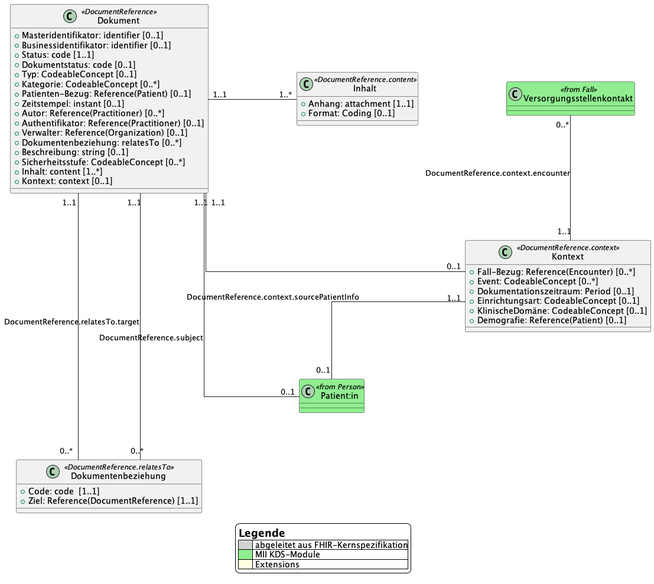
imi-ms/eyematics-kds keeps this PlantUML diagram as input/plantuml/Dokument.png. Above is the earlier version. Source of this version:
```plantuml
@startuml
skinparam Linetype ortho
skinparam Nodesep 150
skinparam Ranksep 80
skinparam legendBackgroundColor #white

class Dokument <<DocumentReference>> {
    + Masteridentifikator: identifier [0..1]
    + Businessidentifikator: identifier [0..1]
    + Status: code [1..1]
    + Dokumentstatus: code [0..1]
    + Typ: CodeableConcept [0..1]
    + Kategorie: CodeableConcept [0..*]
    + {field} Patienten-Bezug: Reference(Patient) [0..1]
    + Zeitstempel: instant [0..1]
    + {field} Autor: Reference(Practitioner) [0..*]
    + {field} Authentifikator: Reference(Practitioner) [0..1]
    + {field} Verwalter: Reference(Organization) [0..1]
    + Dokumentenbeziehung: relatesTo [0..*]
    + Beschreibung: string [0..1]
    + Sicherheitsstufe: CodeableConcept [0..*]
    + Inhalt: content [1..*]
    + Kontext: context [0..1]
}

class Dokumentenbeziehung <<DocumentReference.relatesTo>> {
    + Code: code  [1..1]
    + {field} Ziel: Reference(DocumentReference) [1..1]
}

class Inhalt <<DocumentReference.content>> {
    + Anhang: attachment [1..1]
    + Format: Coding [0..1]
}

class Kontext <<DocumentReference.context>> {
    + {field} Fall-Bezug: Reference(Encounter) [0..*]
    + Event: CodeableConcept [0..*]
    + Dokumentationszeitraum: Period [0..1]
    + Einrichtungsart: CodeableConcept [0..1]
    + KlinischeDomäne: CodeableConcept [0..1]
    + {field} Demografie: Reference(Patient) [0..1]
}

class "Patient:in" <<from Person>> #Lightgreen {
}

class Versorgungsstellenkontakt <<from Fall>> #Lightgreen {
}


legend
    = Legende
    |<#lightgray>      | abgeleitet aus FHIR-Kernspezifikation|
    |<#lightgreen>     | MII KDS-Module|
    |<#lightyellow>    | Extensions|
endlegend

Dokument "1..1" -- "0..*" Dokumentenbeziehung
Dokument "1..1" -r- "1..*" Inhalt
Dokument "1..1" -- "0..1" Kontext
Dokument "1..1" -- "0..1" "Patient:in": DocumentReference.subject
Dokument "1..1" -- "0..*" Dokumentenbeziehung: DocumentReference.relatesTo.target



Kontext "1..1" -u- " 0..*" Versorgungsstellenkontakt: DocumentReference.context.encounter
Kontext "1..1" -- "0..1" "Patient:in": DocumentReference.context.sourcePatientInfo

Dokumentenbeziehung -[hidden]up- "Patient:in"

@enduml
```
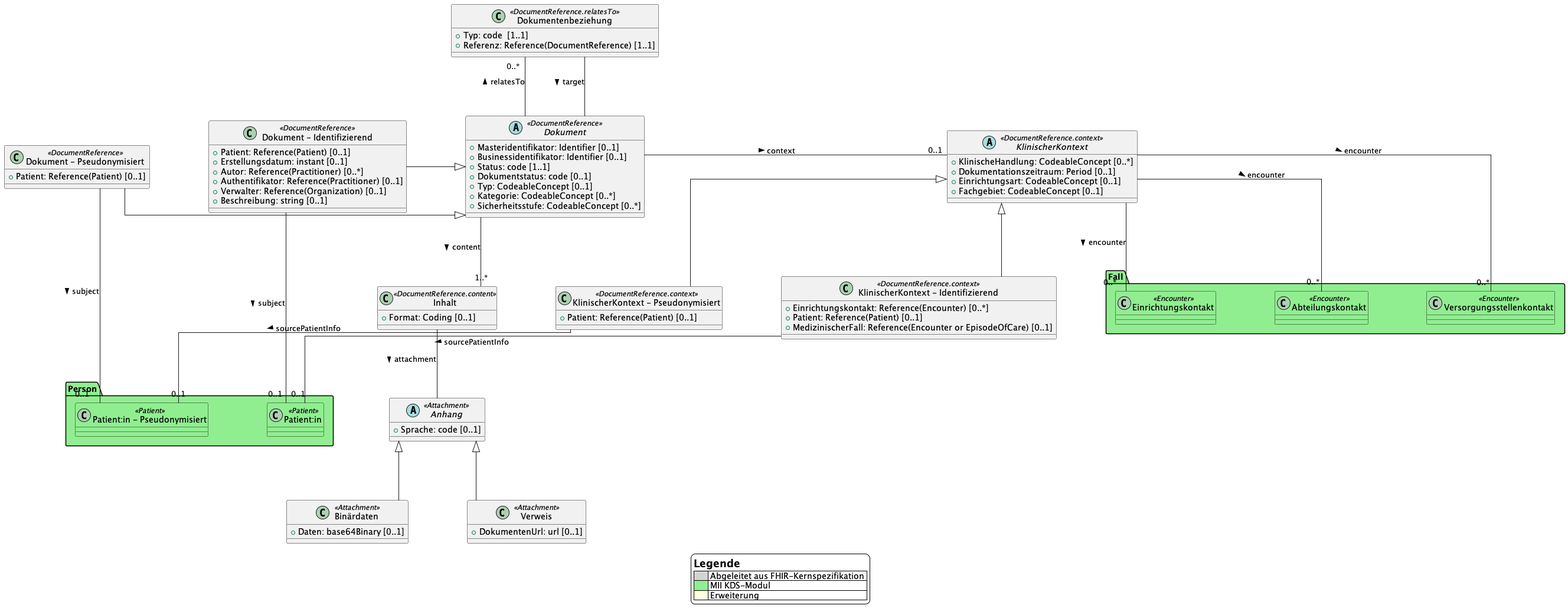
After the change.

Commit message:
Updates UML model and FHIR logical model to latest agreements

The edit, as a diff of the source:
```diff
@@ -1,72 +1,108 @@
 @startuml
+
 skinparam Linetype ortho
-skinparam Nodesep 150
-skinparam Ranksep 80
+skinparam Nodesep 100
+skinparam Ranksep 100
 skinparam legendBackgroundColor #white
 
-class Dokument <<DocumentReference>> {
-    + Masteridentifikator: identifier [0..1]
-    + Businessidentifikator: identifier [0..1]
-    + Status: code [1..1]
-    + Dokumentstatus: code [0..1]
-    + Typ: CodeableConcept [0..1]
-    + Kategorie: CodeableConcept [0..*]
-    + {field} Patienten-Bezug: Reference(Patient) [0..1]
-    + Zeitstempel: instant [0..1]
+legend
+    = Legende
+    |<#lightgray>      | Abgeleitet aus FHIR-Kernspezifikation |
+    |<#lightgreen>     | MII KDS-Modul |
+    |<#lightyellow>    | Erweiterung |
+endlegend
+
+
+abstract class Dokument <<DocumentReference>> {
+    + {field} Masteridentifikator: Identifier [0..1]
+    + {field} Businessidentifikator: Identifier [0..1]
+    + {field} Status: code [1..1]
+    + {field} Dokumentstatus: code [0..1]
+    + {field} Typ: CodeableConcept [0..1]
+    + {field} Kategorie: CodeableConcept [0..*]
+    + {field} Sicherheitsstufe: CodeableConcept [0..*]
+}
+
+class "Dokument - Identifizierend" <<DocumentReference>> {
+    + {field} Patient: Reference(Patient) [0..1]
+    + {field} Erstellungsdatum: instant [0..1]
     + {field} Autor: Reference(Practitioner) [0..*]
     + {field} Authentifikator: Reference(Practitioner) [0..1]
     + {field} Verwalter: Reference(Organization) [0..1]
-    + Dokumentenbeziehung: relatesTo [0..*]
-    + Beschreibung: string [0..1]
-    + Sicherheitsstufe: CodeableConcept [0..*]
-    + Inhalt: content [1..*]
-    + Kontext: context [0..1]
+    + {field} Beschreibung: string [0..1]
+}
+
+class "Dokument - Pseudonymisiert" <<DocumentReference>> {
+    + {field} Patient: Reference(Patient) [0..1]
 }
 
 class Dokumentenbeziehung <<DocumentReference.relatesTo>> {
-    + Code: code  [1..1]
-    + {field} Ziel: Reference(DocumentReference) [1..1]
+    + {field} Typ: code  [1..1]
+    + {field} Referenz: Reference(DocumentReference) [1..1]
 }
 
 class Inhalt <<DocumentReference.content>> {
-    + Anhang: attachment [1..1]
-    + Format: Coding [0..1]
+    + {field} Format: Coding [0..1]
 }
 
-class Kontext <<DocumentReference.context>> {
-    + {field} Fall-Bezug: Reference(Encounter) [0..*]
-    + Event: CodeableConcept [0..*]
-    + Dokumentationszeitraum: Period [0..1]
-    + Einrichtungsart: CodeableConcept [0..1]
-    + KlinischeDomäne: CodeableConcept [0..1]
-    + {field} Demografie: Reference(Patient) [0..1]
+abstract class Anhang <<Attachment>> {
+    + {field} Sprache: code [0..1]
 }
 
-class "Patient:in" <<from Person>> #Lightgreen {
+class Binärdaten <<Attachment>> {
+    + {field} Daten: base64Binary [0..1]
 }
 
-class Versorgungsstellenkontakt <<from Fall>> #Lightgreen {
+class Verweis <<Attachment>> {
+    + {field} DokumentenUrl: url [0..1]
 }
 
 
-legend
-    = Legende
-    |<#lightgray>      | abgeleitet aus FHIR-Kernspezifikation|
-    |<#lightgreen>     | MII KDS-Module|
-    |<#lightyellow>    | Extensions|
-endlegend
+abstract class "KlinischerKontext" <<DocumentReference.context>> {
+    + {field} KlinischeHandlung: CodeableConcept [0..*]
+    + {field} Dokumentationszeitraum: Period [0..1]
+    + {field} Einrichtungsart: CodeableConcept [0..1]
+    + {field} Fachgebiet: CodeableConcept [0..1]
+}
 
-Dokument "1..1" -- "0..*" Dokumentenbeziehung
-Dokument "1..1" -r- "1..*" Inhalt
-Dokument "1..1" -- "0..1" Kontext
-Dokument "1..1" -- "0..1" "Patient:in": DocumentReference.subject
-Dokument "1..1" -- "0..*" Dokumentenbeziehung: DocumentReference.relatesTo.target
+class "KlinischerKontext - Identifizierend" <<DocumentReference.context>> {
+    + {field} Einrichtungskontakt: Reference(Encounter) [0..*]
+    + {field} Patient: Reference(Patient) [0..1]
+    + {field} MedizinischerFall: Reference(Encounter or EpisodeOfCare) [0..1]
+}
 
+class "KlinischerKontext - Pseudonymisiert" <<DocumentReference.context>> {
+    + {field} Patient: Reference(Patient) [0..1]
+}
 
+package Person #LightGreen {
+  class "Patient:in" <<Patient>> #Lightgreen
+  class "Patient:in - Pseudonymisiert" <<Patient>> #Lightgreen
+}
 
-Kontext "1..1" -u- " 0..*" Versorgungsstellenkontakt: DocumentReference.context.encounter
-Kontext "1..1" -- "0..1" "Patient:in": DocumentReference.context.sourcePatientInfo
+package Fall #LightGreen {
+  class Einrichtungskontakt <<Encounter>> #Lightgreen
+  class Abteilungskontakt <<Encounter>> #Lightgreen
+  class Versorgungsstellenkontakt <<Encounter>> #Lightgreen
+}
 
-Dokumentenbeziehung -[hidden]up- "Patient:in"
+Dokument -- "1..*" Inhalt: content >
+Dokument -r- "0..1" "KlinischerKontext": context >
+Dokument -u- "0..*" Dokumentenbeziehung: relatesTo >
+Dokument <|-l- "Dokument - Identifizierend"
+Dokument <|-l- "Dokument - Pseudonymisiert"
+"Dokument - Identifizierend" -- "0..1" "Patient:in": subject >
+"Dokument - Pseudonymisiert" -- "0..1" "Patient:in - Pseudonymisiert": subject >
+Dokumentenbeziehung -- Dokument: target >
+Inhalt -- Anhang: attachment >
+KlinischerKontext -- "0..*" Einrichtungskontakt: encounter >
+KlinischerKontext -- "0..*" Abteilungskontakt: encounter >
+KlinischerKontext -- "0..*" Versorgungsstellenkontakt: encounter >
+KlinischerKontext <|-- "KlinischerKontext - Identifizierend"
+KlinischerKontext <|-- "KlinischerKontext - Pseudonymisiert"
+"KlinischerKontext - Identifizierend" -- "0..1" "Patient:in": sourcePatientInfo >
+"KlinischerKontext - Pseudonymisiert" -- "0..1" "Patient:in - Pseudonymisiert": sourcePatientInfo >
+Anhang <|-- Binärdaten
+Anhang <|-- Verweis
 
 @enduml
```
